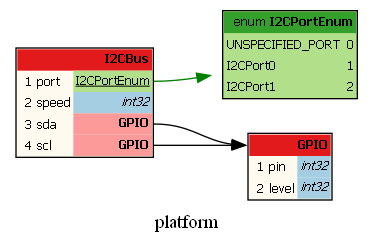
Earlier version of the Graphviz export protobuf/generated/I2CBus.dot.png (sle118/squeezelite-esp32). Its source is kept beside it as protobuf/generated/I2CBus.dot.
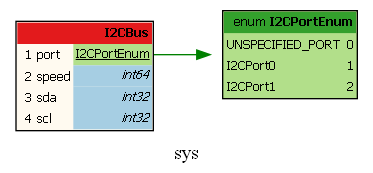
Later version of the same file.

The edit, as a diff of the source:
```diff
@@ -4,13 +4,13 @@
 */
 digraph protodot {
 
-	/* package:   platform */
+	/* package:   sys */
 	/* source:    C:/Users/sle11/Documents/VSCode/squeezelite-esp32/protobuf/proto/I2CBus.proto */
 	/* selection: * */
 
 	rankdir=LR;
-	label="platform";
-	tooltip="platform";
+	label="sys";
+	tooltip="sys";
 	bgcolor="transparent"
 
 	node [
@@ -21,14 +21,11 @@
 
 
 	/* ------ nodes ------ */
-	Node_Ja_111	[shape=plaintext tooltip="platform.I2CBus" label=<<TABLE BORDER="1" CELLBORDER="0" CELLSPACING="0" BGCOLOR="#fffaf0"><TR><TD COLSPAN="4" PORT="header" BGCOLOR="#e31a1c" ALIGN="right"><b>I2CBus</b></TD></TR><TR><TD ALIGN="right"></TD><TD ALIGN="right">1</TD><TD ALIGN="left">port</TD><TD BGCOLOR="#b2df8a" PORT="poport" ALIGN="right"><u>I2CPortEnum</u></TD></TR><TR><TD ALIGN="right"></TD><TD ALIGN="right">2</TD><TD ALIGN="left">speed</TD><TD BGCOLOR="#a6cee3" PORT="pospeed" ALIGN="right" TITLE="int32"><i>int32</i></TD></TR><TR><TD ALIGN="right"></TD><TD ALIGN="right">3</TD><TD ALIGN="left">sda</TD><TD BGCOLOR="#fb9a99" PORT="posda" ALIGN="right"><b>GPIO</b></TD></TR><TR><TD ALIGN="right"></TD><TD ALIGN="right">4</TD><TD ALIGN="left">scl</TD><TD BGCOLOR="#fb9a99" PORT="poscl" ALIGN="right"><b>GPIO</b></TD></TR></TABLE>>];
-	Node_Ja_104	[shape=plaintext tooltip="platform.GPIO" label=<<TABLE BORDER="1" CELLBORDER="0" CELLSPACING="0" BGCOLOR="#fffaf0"><TR><TD COLSPAN="4" PORT="header" BGCOLOR="#e31a1c" ALIGN="right"><b>GPIO</b></TD></TR><TR><TD ALIGN="right"></TD><TD ALIGN="right">1</TD><TD ALIGN="left">pin</TD><TD BGCOLOR="#a6cee3" PORT="popin" ALIGN="right" TITLE="int32"><i>int32</i></TD></TR><TR><TD ALIGN="right"></TD><TD ALIGN="right">2</TD><TD ALIGN="left">level</TD><TD BGCOLOR="#a6cee3" PORT="polevel" ALIGN="right" TITLE="int32"><i>int32</i></TD></TR></TABLE>>];
-	Node_Ja_110	[shape=plaintext tooltip="I2CPortEnum" label=<<TABLE BORDER="1" CELLBORDER="0" CELLSPACING="0" BGCOLOR="#b2df8a"><TR><TD COLSPAN="2" PORT="header" BGCOLOR="#33a02c" ALIGN="right">enum <b>I2CPortEnum</b></TD></TR><TR><TD BGCOLOR="#b2df8a" ALIGN="left">UNSPECIFIED_PORT</TD><TD BGCOLOR="#b2df8a" ALIGN="left">0</TD></TR><TR><TD BGCOLOR="#b2df8a" ALIGN="left">I2CPort0</TD><TD BGCOLOR="#b2df8a" ALIGN="left">1</TD></TR><TR><TD BGCOLOR="#b2df8a" ALIGN="left">I2CPort1</TD><TD BGCOLOR="#b2df8a" ALIGN="left">2</TD></TR></TABLE>>];
+	Node_Ja_102	[shape=plaintext tooltip="sys.I2CBus" label=<<TABLE BORDER="1" CELLBORDER="0" CELLSPACING="0" BGCOLOR="#fffaf0"><TR><TD COLSPAN="4" PORT="header" BGCOLOR="#e31a1c" ALIGN="right"><b>I2CBus</b></TD></TR><TR><TD ALIGN="right"></TD><TD ALIGN="right">1</TD><TD ALIGN="left">port</TD><TD BGCOLOR="#b2df8a" PORT="poport" ALIGN="right"><u>I2CPortEnum</u></TD></TR><TR><TD ALIGN="right"></TD><TD ALIGN="right">2</TD><TD ALIGN="left">speed</TD><TD BGCOLOR="#a6cee3" PORT="pospeed" ALIGN="right" TITLE="int64"><i>int64</i></TD></TR><TR><TD ALIGN="right"></TD><TD ALIGN="right">3</TD><TD ALIGN="left">sda</TD><TD BGCOLOR="#a6cee3" PORT="posda" ALIGN="right" TITLE="int32"><i>int32</i></TD></TR><TR><TD ALIGN="right"></TD><TD ALIGN="right">4</TD><TD ALIGN="left">scl</TD><TD BGCOLOR="#a6cee3" PORT="poscl" ALIGN="right" TITLE="int32"><i>int32</i></TD></TR></TABLE>>];
+	Node_Ja_101	[shape=plaintext tooltip="I2CPortEnum" label=<<TABLE BORDER="1" CELLBORDER="0" CELLSPACING="0" BGCOLOR="#b2df8a"><TR><TD COLSPAN="2" PORT="header" BGCOLOR="#33a02c" ALIGN="right">enum <b>I2CPortEnum</b></TD></TR><TR><TD BGCOLOR="#b2df8a" ALIGN="left">UNSPECIFIED_PORT</TD><TD BGCOLOR="#b2df8a" ALIGN="left">0</TD></TR><TR><TD BGCOLOR="#b2df8a" ALIGN="left">PORT0</TD><TD BGCOLOR="#b2df8a" ALIGN="left">1</TD></TR><TR><TD BGCOLOR="#b2df8a" ALIGN="left">PORT1</TD><TD BGCOLOR="#b2df8a" ALIGN="left">2</TD></TR></TABLE>>];
 
 	/* ------ connections ------ */
-	Node_Ja_111:poscl:e	-> Node_Ja_104:header [color="#000000" tooltip="Ja_111 --> Ja_104"];
-	Node_Ja_111:posda:e	-> Node_Ja_104:header [color="#000000" tooltip="Ja_111 --> Ja_104"];
-	Node_Ja_111:poport:e	-> Node_Ja_110 [color="#008000" tooltip="Ja_111 --> Ja_110"];
+	Node_Ja_102:poport:e	-> Node_Ja_101 [color="#008000" tooltip="Ja_102 --> Ja_101"];
 
-	/* generated by github.com/seamia/protodot on Friday, 24-Nov-23 14:36:16 EST */
+	/* generated by github.com/seamia/protodot on Sunday, 21-Jan-24 22:15:10 EST */
 }
```
